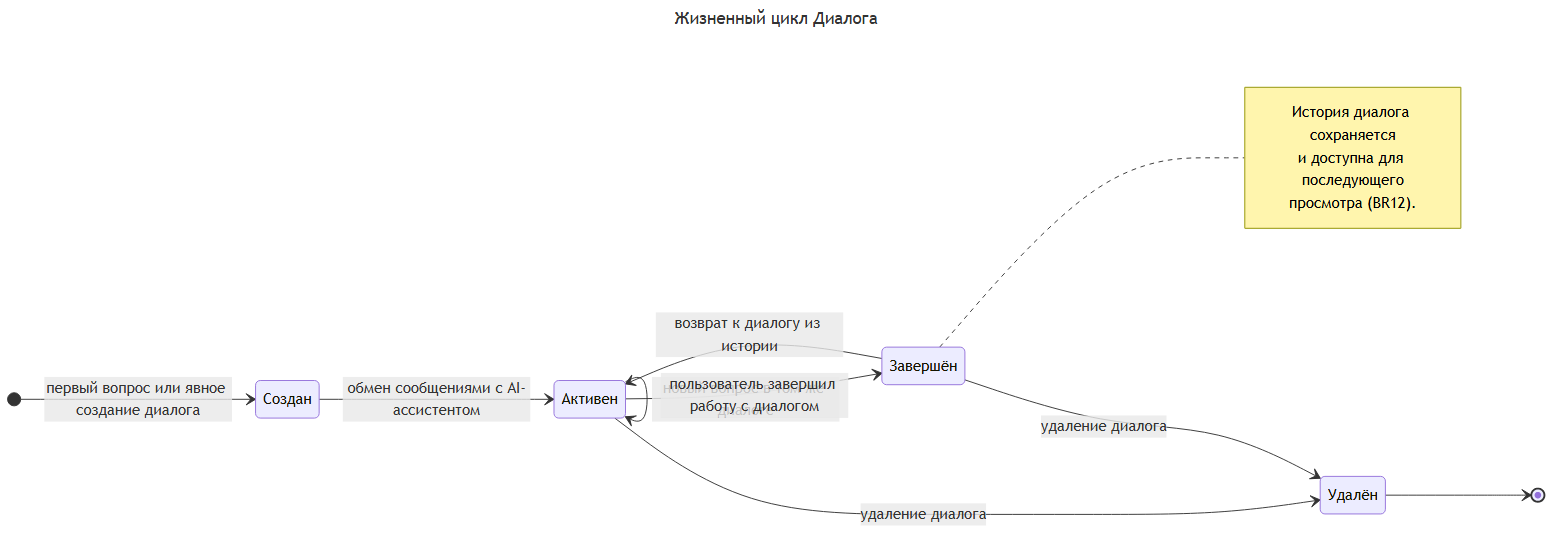
Earlier version of the Mermaid export 2-task/7/diagrams/conversation-state.png (adsfryt/AI-chat-knowledge-bot). Its source is kept beside it as 2-task/7/diagrams/conversation-state.mmd. Its diagram source:
```mermaid
---
title: Жизненный цикл Диалога
---
stateDiagram-v2
    direction LR

    state "Создан" as Created
    state "Активен" as Active
    state "Завершён" as Finished
    state "Удалён" as Deleted

    [*] --> Created : первый вопрос или явное создание диалога

    Created --> Active : обмен сообщениями с AI-ассистентом
    Active --> Active : новый вопрос в том же диалоге

    Active --> Finished : пользователь завершил работу с диалогом
    Finished --> Active : возврат к диалогу из истории

    Active --> Deleted : удаление диалога
    Finished --> Deleted : удаление диалога

    Deleted --> [*]

    note right of Finished
        История диалога сохраняется
        и доступна для последующего
        просмотра (BR12).
    end note
```
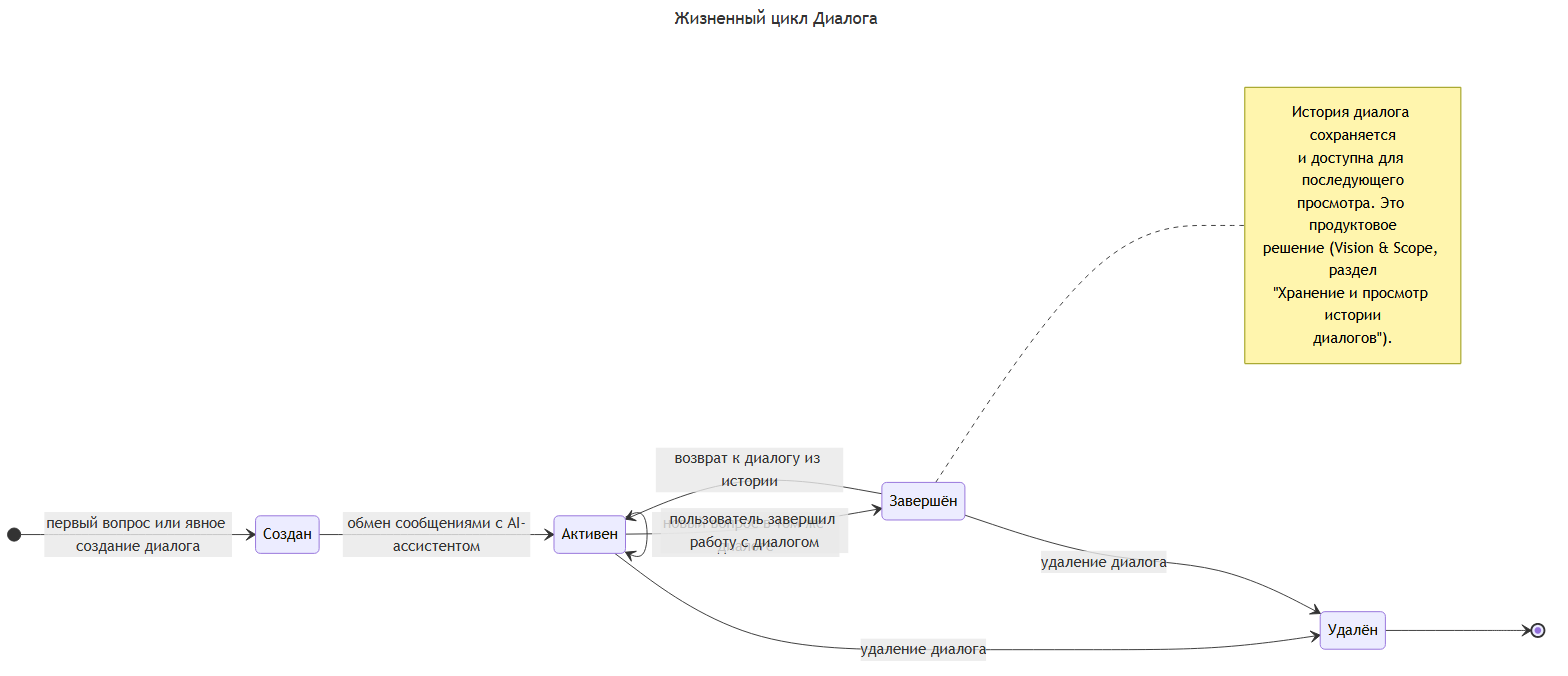
After the change.

Commit message:
Task 7: align state diagrams with reviewed activity diagrams, drop implementation details

The edit, as a diff of the source:
```diff
@@ -25,5 +25,8 @@
     note right of Finished
         История диалога сохраняется
         и доступна для последующего
-        просмотра (BR12).
+        просмотра. Это продуктовое
+        решение (Vision & Scope, раздел
+        "Хранение и просмотр истории
+        диалогов").
     end note
```
